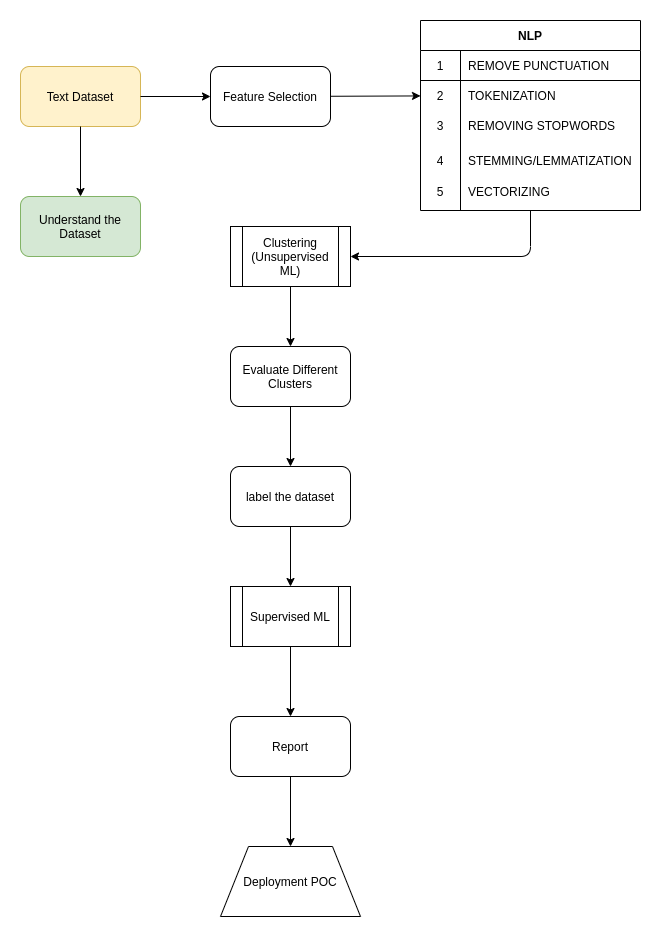
Above: screenshots/textprocessing.png in Connecting-the-Dots-with-ML/Email-Semantic-Analysis (draw.io), before the change. Source tidied: cells renumbered, new cells last; positions are measured from the earlier drawing's top-left corner, leaving out a move shared by most shapes.
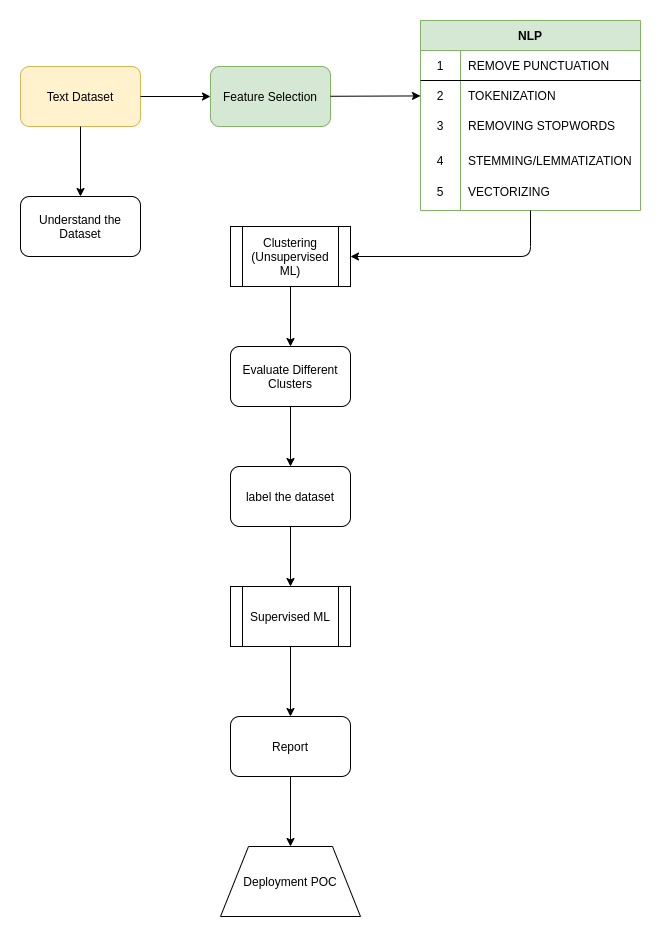
After the change.

Diff of the diagram source:
```diff
@@ -8,10 +8,10 @@
     <mxCell id="3" style="endArrow=classic;html=1;exitX=0.5;exitY=1;exitDx=0;exitDy=0;entryX=0.5;entryY=0;entryDx=0;entryDy=0;" parent="1" edge="1" source="2" target="4">
       <mxGeometry relative="1" as="geometry" />
     </mxCell>
-    <mxCell id="4" value="Understand the Dataset" style="rounded=1;whiteSpace=wrap;html=1;fillColor=#d5e8d4;strokeColor=#82b366;" parent="1" vertex="1">
+    <mxCell id="4" value="Understand the Dataset" style="rounded=1;whiteSpace=wrap;html=1;" parent="1" vertex="1">
       <mxGeometry y="176" width="120" height="60" as="geometry" />
     </mxCell>
-    <mxCell id="5" value="Feature Selection" style="rounded=1;whiteSpace=wrap;html=1;" parent="1" vertex="1">
+    <mxCell id="5" value="Feature Selection" style="rounded=1;whiteSpace=wrap;html=1;fillColor=#d5e8d4;strokeColor=#82b366;" parent="1" vertex="1">
       <mxGeometry x="190" y="46" width="120" height="60" as="geometry" />
     </mxCell>
     <mxCell id="6" style="endArrow=classic;html=1;exitX=1;exitY=0.5;exitDx=0;exitDy=0;" parent="1" edge="1" source="2" target="5">
@@ -20,7 +20,7 @@
     <mxCell id="7" style="endArrow=classic;html=1;" parent="1" edge="1" source="5" target="12">
       <mxGeometry relative="1" as="geometry" />
     </mxCell>
-    <mxCell id="8" value="NLP" style="shape=table;html=1;whiteSpace=wrap;startSize=30;rowLines=0;fontStyle=1;align=center;" parent="1" vertex="1">
+    <mxCell id="8" value="NLP" style="shape=table;html=1;whiteSpace=wrap;startSize=30;rowLines=0;fontStyle=1;align=center;fillColor=#d5e8d4;strokeColor=#82b366;" parent="1" vertex="1">
       <mxGeometry x="400" width="220" height="190" as="geometry" />
     </mxCell>
     <mxCell id="9" style="shape=partialRectangle;html=1;whiteSpace=wrap;fillColor=none;top=0;left=0;bottom=1;right=0;" parent="8" vertex="1">
```
